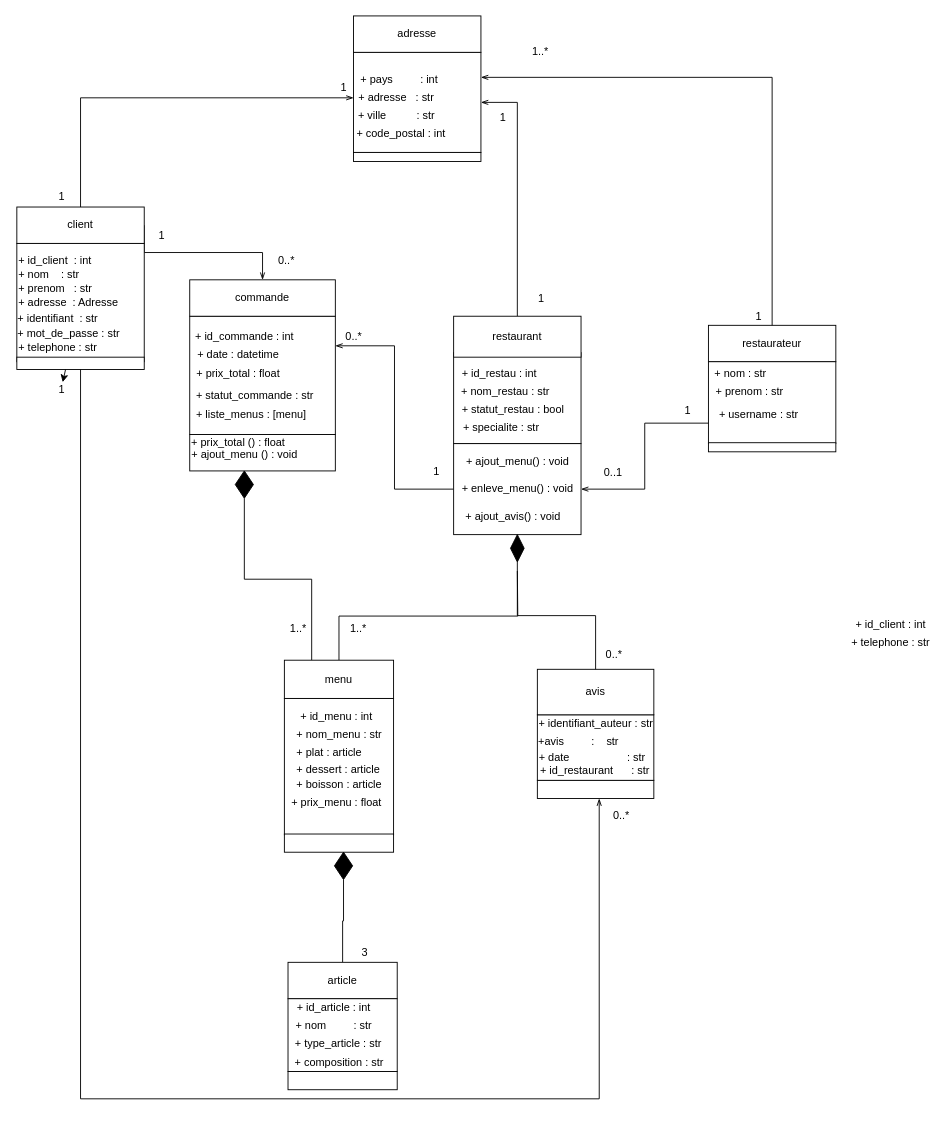
TheAIWizard/Ensaeats keeps this draw.io diagram as diagrammes/diagramme_de_classes.drawio. Above is the earlier version. Source tidied: cells renumbered, new cells numbered last; positions are measured from the earlier drawing's top-left corner, leaving out a move shared by most shapes. Both pictures are drawn from the tidied source at 91%, with x=0, y=0 at pixel (15, 15).
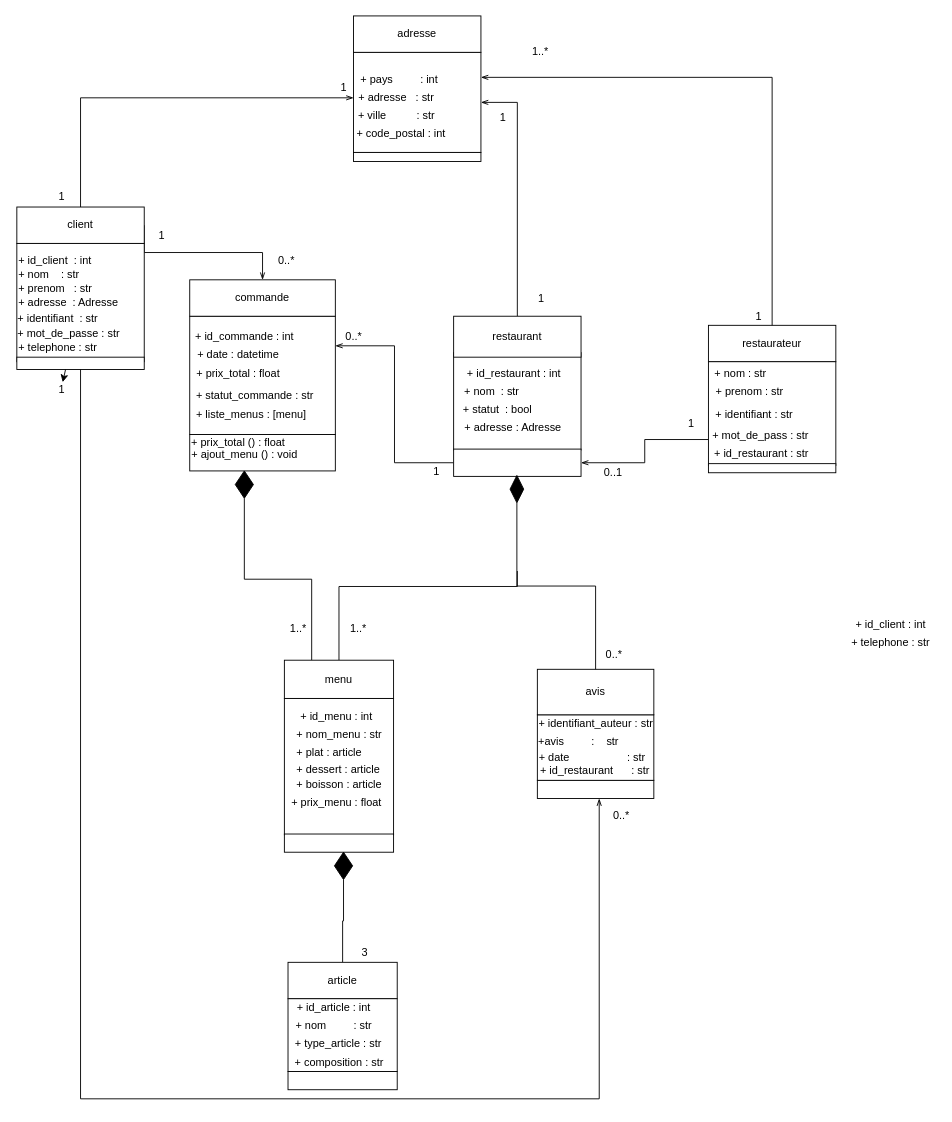
Above is the later version.

The change refers to these unchanged cells:
```xml
<mxCell id="57" value="menu" style="rounded=0;whiteSpace=wrap;html=1;" parent="1" vertex="1">
  <mxGeometry x="296" y="708" width="120" height="42" as="geometry" />
</mxCell>
```

Change to the diagram source:
```diff
@@
     <mxCell id="3" style="rounded=0;whiteSpace=wrap;html=1;" parent="1" vertex="1">
-      <mxGeometry x="482" y="370" width="140" height="100" as="geometry" />
+      <mxGeometry x="482" y="370" width="140" height="107" as="geometry" />
     </mxCell>
@@
     <mxCell id="7" style="rounded=0;whiteSpace=wrap;html=1;" parent="1" vertex="1">
-      <mxGeometry x="482" y="470" width="140" height="100" as="geometry" />
+      <mxGeometry x="482" y="476" width="140" height="30" as="geometry" />
     </mxCell>
@@
     <mxCell id="11" style="rounded=0;whiteSpace=wrap;html=1;" parent="1" vertex="1">
-      <mxGeometry x="762" y="380" width="140" height="90" as="geometry" />
+      <mxGeometry x="762" y="380" width="140" height="114" as="geometry" />
     </mxCell>
@@
     <mxCell id="15" style="rounded=0;whiteSpace=wrap;html=1;" parent="1" vertex="1">
-      <mxGeometry x="762" y="469" width="140" height="10" as="geometry" />
+      <mxGeometry x="762" y="492" width="140" height="10" as="geometry" />
     </mxCell>
@@
-    <mxCell id="22" value="+ ajout_menu() : void" style="text;html=1;align=center;verticalAlign=middle;strokeColor=none;" parent="1" vertex="1">
-      <mxGeometry x="487" y="480" width="130" height="20" as="geometry" />
-    </mxCell>
@@
-    <mxCell id="24" value="+ ajout_avis() : void" style="text;html=1;align=center;verticalAlign=middle;strokeColor=none;" parent="1" vertex="1">
-      <mxGeometry x="487" y="540" width="120" height="20" as="geometry" />
-    </mxCell>
-    <mxCell id="25" value="+ enleve_menu() : void" style="text;html=1;align=center;verticalAlign=middle;strokeColor=none;" parent="1" vertex="1">
-      <mxGeometry x="482" y="510" width="140" height="20" as="geometry" />
-    </mxCell>
@@
-    <mxCell id="33" value="+ statut_restau : bool" style="text;html=1;align=center;verticalAlign=middle;strokeColor=none;" parent="1" vertex="1">
-      <mxGeometry x="482" y="422.5" width="130" height="20" as="geometry" />
+    <mxCell id="33" value="+ statut&amp;nbsp; : bool" style="text;html=1;align=center;verticalAlign=middle;strokeColor=none;" parent="1" vertex="1">
+      <mxGeometry x="487" y="424" width="86" height="18" as="geometry" />
     </mxCell>
@@
     <mxCell id="36" value="&lt;font color=&quot;#000000&quot;&gt;1&lt;/font&gt;" style="text;html=1;align=center;verticalAlign=middle;strokeColor=none;" parent="1" vertex="1">
-      <mxGeometry x="730" y="425.5" width="17" height="17" as="geometry" />
+      <mxGeometry x="734" y="439" width="17" height="17" as="geometry" />
     </mxCell>
@@
-    <mxCell id="41" value="+ id_restau : int" style="text;html=1;align=center;verticalAlign=middle;strokeColor=none;" parent="1" vertex="1">
-      <mxGeometry x="482" y="382.5" width="100" height="20" as="geometry" />
+    <mxCell id="41" value="+ id_restaurant : int" style="text;html=1;align=center;verticalAlign=middle;strokeColor=none;" parent="1" vertex="1">
+      <mxGeometry x="491" y="384" width="113" height="18" as="geometry" />
     </mxCell>
@@
-    <mxCell id="43" value="&amp;nbsp;+ nom_restau : str" style="text;html=1;align=center;verticalAlign=middle;strokeColor=none;" parent="1" vertex="1">
-      <mxGeometry x="477" y="402.5" width="120" height="20" as="geometry" />
+    <mxCell id="43" value="&amp;nbsp;+ nom&amp;nbsp; : str" style="text;html=1;align=center;verticalAlign=middle;strokeColor=none;" parent="1" vertex="1">
+      <mxGeometry x="485" y="404" width="74" height="18" as="geometry" />
     </mxCell>
@@
     <mxCell id="49" style="rhombus;whiteSpace=wrap;html=1;fillColor=#000000;" parent="1" vertex="1">
-      <mxGeometry x="544.5" y="570" width="15" height="30" as="geometry" />
+      <mxGeometry x="544" y="505" width="15" height="30" as="geometry" />
     </mxCell>
@@
     <mxCell id="55" style="edgeStyle=orthogonalEdgeStyle;rounded=0;jettySize=auto;html=1;exitX=0.5;exitY=0;exitDx=0;exitDy=0;endArrow=none;endFill=0;strokeColor=#000000;" parent="1" edge="1" source="57">
       <mxGeometry relative="1" as="geometry">
         <mxPoint x="552" y="610" as="targetPoint" />
+        <Array as="points">
+          <mxPoint x="356" y="627" />
+          <mxPoint x="552" y="627" />
+        </Array>
       </mxGeometry>
     </mxCell>
@@
-    <mxCell id="76" value="+ specialite : str" style="text;html=1;align=center;verticalAlign=middle;strokeColor=none;" parent="1" vertex="1">
-      <mxGeometry x="484" y="442.5" width="100" height="20" as="geometry" />
+    <mxCell id="76" value="+ adresse : Adresse" style="text;html=1;align=center;verticalAlign=middle;strokeColor=none;" parent="1" vertex="1">
+      <mxGeometry x="489" y="444" width="116" height="18" as="geometry" />
     </mxCell>
@@
-    <mxCell id="84" value="+ username : str" style="text;html=1;align=center;verticalAlign=middle;strokeColor=none;" parent="1" vertex="1">
-      <mxGeometry x="767" y="428" width="100" height="20" as="geometry" />
+    <mxCell id="84" value="+ identifiant : str" style="text;html=1;align=center;verticalAlign=middle;strokeColor=none;" parent="1" vertex="1">
+      <mxGeometry x="764" y="429" width="95" height="18" as="geometry" />
     </mxCell>
@@
+    <mxCell id="106" value="+ id_restaurant : str" style="text;html=1;align=center;verticalAlign=middle;strokeColor=none;" parent="1" vertex="1">
+      <mxGeometry x="763" y="472" width="114" height="18" as="geometry" />
+    </mxCell>
+    <mxCell id="107" value="+ mot_de_pass : str" style="text;html=1;align=center;verticalAlign=middle;strokeColor=none;" parent="1" vertex="1">
+      <mxGeometry x="761" y="452" width="116" height="18" as="geometry" />
+    </mxCell>
```
